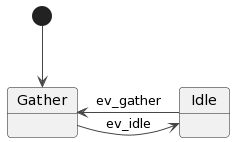
Above: state_diagram.png in seryafarma/Weather (PlantUML), before the change. Source of this version:
```plantuml
@startuml
!theme vibrant
[*] --> Gather
Gather -> Idle : ev_idle
Idle -> Gather : ev_gather
@enduml
```
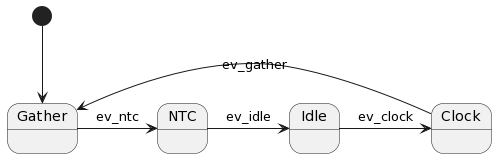
The same file after the commit.

Commit message:
Design for adding current time.

Diff of the diagram source:
```diff
@@ -1,6 +1,7 @@
 @startuml
-!theme vibrant
 [*] --> Gather
-Gather -> Idle : ev_idle
-Idle -> Gather : ev_gather
+Gather -> NTC : ev_ntc
+NTC -> Idle : ev_idle
+Idle -> Clock : ev_clock
+Clock -> Gather : ev_gather
 @enduml
```
